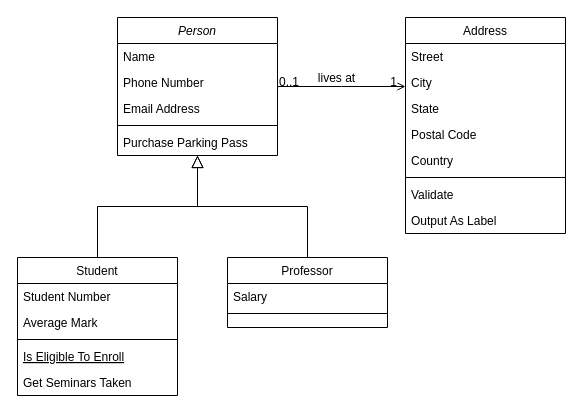
Patricio-Andre/Trabalho-Final-MC322 keeps this draw.io diagram as Diagrama sem nome.drawio. Above is the earlier version. Source tidied: cells renumbered, new cells numbered last; positions are measured from the earlier drawing's top-left corner, leaving out a move shared by most shapes. Both pictures are drawn from the tidied source at 100%, with x=0, y=0 at pixel (17, 17).
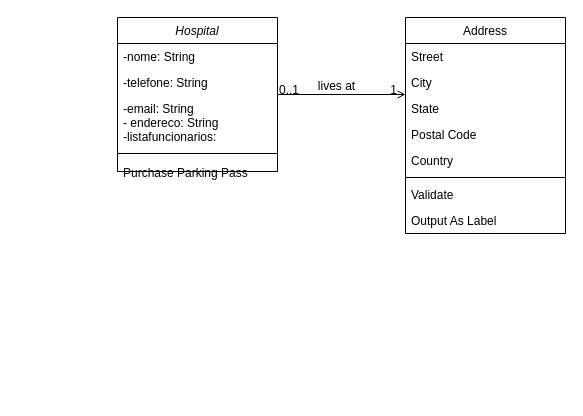
The same diagram, later.

The edit, as a diff of the source:
```diff
@@
-    <mxCell id="2" value="Person" style="swimlane;fontStyle=2;align=center;verticalAlign=top;horizontal=1;startSize=26;rounded=0;shadow=0;strokeWidth=1;" parent="1" vertex="1">
-      <mxGeometry x="100" width="160" height="138" as="geometry" />
+    <mxCell id="2" value="Hospital" style="swimlane;fontStyle=2;align=center;verticalAlign=top;horizontal=1;startSize=26;rounded=0;shadow=0;strokeWidth=1;" parent="1" vertex="1">
+      <mxGeometry x="100" width="160" height="154" as="geometry" />
     </mxCell>
-    <mxCell id="3" value="Name" style="text;align=left;verticalAlign=top;spacingLeft=4;spacingRight=4;overflow=hidden;" parent="2" vertex="1">
+    <mxCell id="3" value="-nome: String" style="text;align=left;verticalAlign=top;spacingLeft=4;spacingRight=4;overflow=hidden;" parent="2" vertex="1">
       <mxGeometry y="26" width="160" height="26" as="geometry" />
     </mxCell>
-    <mxCell id="4" value="Phone Number" style="text;align=left;verticalAlign=top;spacingLeft=4;spacingRight=4;overflow=hidden;rounded=0;shadow=0;html=0;" parent="2" vertex="1">
+    <mxCell id="4" value="-telefone: String" style="text;align=left;verticalAlign=top;spacingLeft=4;spacingRight=4;overflow=hidden;rounded=0;shadow=0;html=0;" parent="2" vertex="1">
       <mxGeometry y="52" width="160" height="26" as="geometry" />
     </mxCell>
-    <mxCell id="5" value="Email Address" style="text;align=left;verticalAlign=top;spacingLeft=4;spacingRight=4;overflow=hidden;rounded=0;shadow=0;html=0;" parent="2" vertex="1">
-      <mxGeometry y="78" width="160" height="26" as="geometry" />
+    <mxCell id="5" value="-email: String&#10;- endereco: String&#10;-listafuncionarios: &#10;" style="text;align=left;verticalAlign=top;spacingLeft=4;spacingRight=4;overflow=hidden;rounded=0;shadow=0;html=0;" parent="2" vertex="1">
+      <mxGeometry y="78" width="160" height="52" as="geometry" />
     </mxCell>
     <mxCell id="6" style="line;html=1;strokeWidth=1;align=left;verticalAlign=middle;spacingTop=-1;spacingLeft=3;spacingRight=3;labelPosition=right;" parent="2" vertex="1">
-      <mxGeometry y="104" width="160" height="8" as="geometry" />
+      <mxGeometry y="130" width="160" height="12" as="geometry" />
     </mxCell>
     <mxCell id="7" value="Purchase Parking Pass" style="text;align=left;verticalAlign=top;spacingLeft=4;spacingRight=4;overflow=hidden;" parent="2" vertex="1">
-      <mxGeometry y="112" width="160" height="26" as="geometry" />
+      <mxGeometry y="142" width="160" height="4" as="geometry" />
     </mxCell>
-    <mxCell id="8" value="Student" style="swimlane;fontStyle=0;align=center;verticalAlign=top;horizontal=1;startSize=26;rounded=0;shadow=0;strokeWidth=1;" parent="1" vertex="1">
-      <mxGeometry y="240" width="160" height="138" as="geometry" />
-    </mxCell>
-    <mxCell id="9" value="Student Number" style="text;align=left;verticalAlign=top;spacingLeft=4;spacingRight=4;overflow=hidden;" parent="8" vertex="1">
-      <mxGeometry y="26" width="160" height="26" as="geometry" />
-    </mxCell>
-    <mxCell id="10" value="Average Mark" style="text;align=left;verticalAlign=top;spacingLeft=4;spacingRight=4;overflow=hidden;rounded=0;shadow=0;html=0;" parent="8" vertex="1">
-      <mxGeometry y="52" width="160" height="26" as="geometry" />
-    </mxCell>
-    <mxCell id="11" style="line;html=1;strokeWidth=1;align=left;verticalAlign=middle;spacingTop=-1;spacingLeft=3;spacingRight=3;labelPosition=right;" parent="8" vertex="1">
-      <mxGeometry y="78" width="160" height="8" as="geometry" />
-    </mxCell>
-    <mxCell id="12" value="Is Eligible To Enroll" style="text;align=left;verticalAlign=top;spacingLeft=4;spacingRight=4;overflow=hidden;fontStyle=4;" parent="8" vertex="1">
-      <mxGeometry y="86" width="160" height="26" as="geometry" />
-    </mxCell>
-    <mxCell id="13" value="Get Seminars Taken" style="text;align=left;verticalAlign=top;spacingLeft=4;spacingRight=4;overflow=hidden;" parent="8" vertex="1">
-      <mxGeometry y="112" width="160" height="26" as="geometry" />
-    </mxCell>
-    <mxCell id="14" style="endArrow=block;endSize=10;endFill=0;shadow=0;strokeWidth=1;rounded=0;edgeStyle=elbowEdgeStyle;elbow=vertical;" parent="1" edge="1" source="8" target="2">
-      <mxGeometry relative="1" as="geometry" />
-    </mxCell>
-    <mxCell id="15" value="Professor" style="swimlane;fontStyle=0;align=center;verticalAlign=top;horizontal=1;startSize=26;rounded=0;shadow=0;strokeWidth=1;" parent="1" vertex="1">
-      <mxGeometry x="210" y="240" width="160" height="70" as="geometry" />
-    </mxCell>
-    <mxCell id="16" value="Salary" style="text;align=left;verticalAlign=top;spacingLeft=4;spacingRight=4;overflow=hidden;" parent="15" vertex="1">
-      <mxGeometry y="26" width="160" height="26" as="geometry" />
-    </mxCell>
-    <mxCell id="17" style="line;html=1;strokeWidth=1;align=left;verticalAlign=middle;spacingTop=-1;spacingLeft=3;spacingRight=3;labelPosition=right;" parent="15" vertex="1">
-      <mxGeometry y="52" width="160" height="8" as="geometry" />
-    </mxCell>
-    <mxCell id="18" style="endArrow=block;endSize=10;endFill=0;shadow=0;strokeWidth=1;rounded=0;edgeStyle=elbowEdgeStyle;elbow=vertical;" parent="1" edge="1" source="15" target="2">
-      <mxGeometry relative="1" as="geometry" />
-    </mxCell>
```
